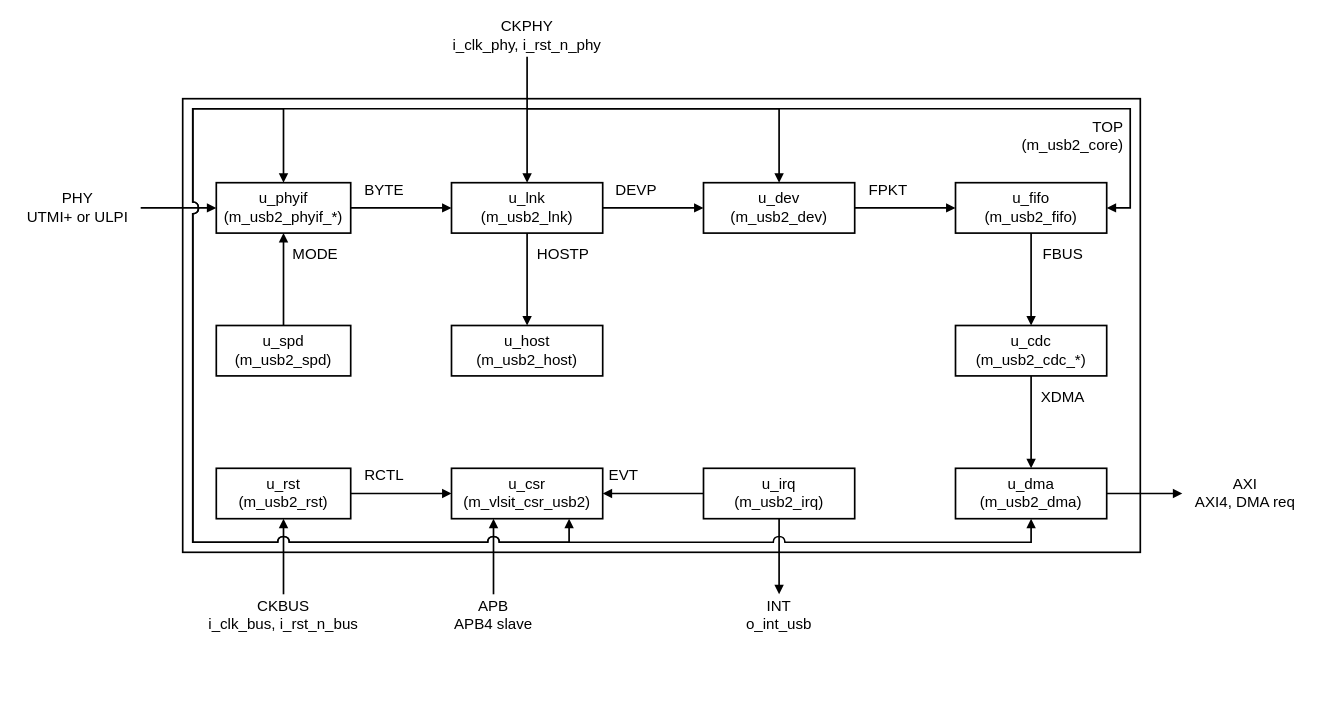
This is page "BLOCK_DIAGRAM" (1 of 2) of 023_USB20_Controller/figures/m_usb2_top_block_diagram.drawio from nguyenquanicd/VLSIT_OPEN_IP_CORE, a draw.io file, before an edit. Source tidied: cells renumbered, new cells numbered last; positions are measured from the earlier drawing's top-left corner, leaving out a move shared by most shapes. Both pictures are drawn from the tidied source at 84%, with x=0, y=0 at pixel (14, 14).
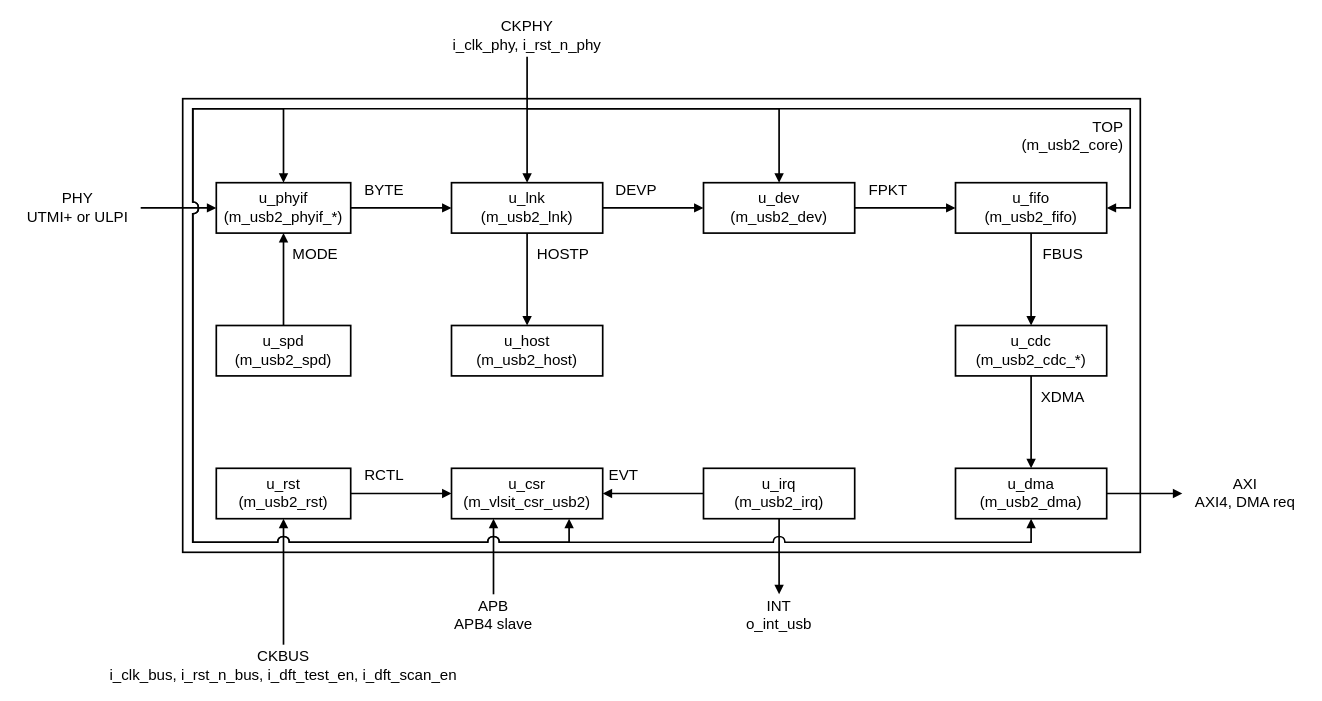
The same diagram, later.

What changed in the source:
```diff
@@
-    <mxCell id="19" value="CKBUS&lt;br&gt;i_clk_bus, i_rst_n_bus" style="text;html=1;whiteSpace=wrap;strokeColor=none;fillColor=none;align=center;verticalAlign=middle;rounded=0;fontSize=18;fontColor=#000000;spacing=2;" parent="1" vertex="1">
-      <mxGeometry x="200" y="690" width="240" height="50" as="geometry" />
+    <mxCell id="19" value="CKBUS&lt;br&gt;i_clk_bus, i_rst_n_bus, i_dft_test_en, i_dft_scan_en" style="text;html=1;whiteSpace=wrap;strokeColor=none;fillColor=none;align=center;verticalAlign=middle;rounded=0;fontSize=18;fontColor=#000000;spacing=2;" parent="1" vertex="1">
+      <mxGeometry x="50" y="750" width="540" height="50" as="geometry" />
     </mxCell>
```
